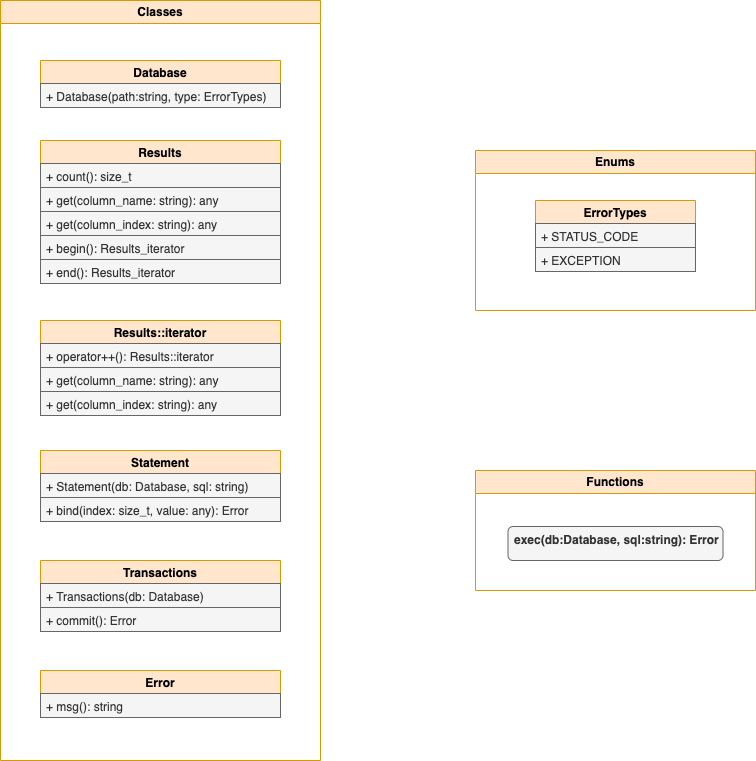
This is architecture/demo.drawio.png from abdulla-ashurov/sqlite-wrapper-cpp, a draw.io export, as it was before one commit. Source tidied: cells renumbered, new cells last; positions are measured from the earlier drawing's top-left corner, leaving out a move shared by most shapes.
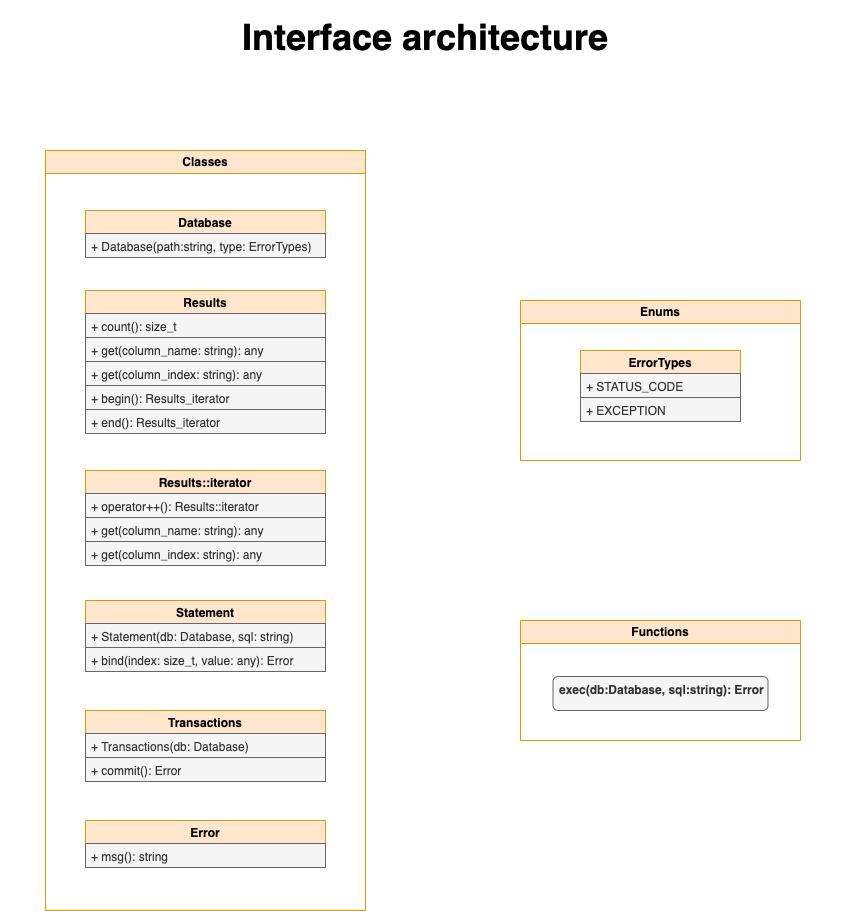
Later version of the same file.

The edit, as a diff of the source:
```diff
@@ -83,5 +83,8 @@
     <mxCell id="28" value="exec(db:Database, sql:string): Error" style="rounded=1;whiteSpace=wrap;html=1;fillColor=#f5f5f5;strokeColor=#666666;fontColor=#333333;fontStyle=1;startSize=23;align=left;verticalAlign=top;gradientColor=none;spacingLeft=4;spacingRight=4;" parent="27" vertex="1">
       <mxGeometry x="32.5" y="56" width="215" height="34" as="geometry" />
     </mxCell>
+    <mxCell id="29" value="&lt;h1&gt;&lt;font style=&quot;font-size: 36px;&quot; color=&quot;#000000&quot;&gt;Interface architecture&lt;/font&gt;&lt;/h1&gt;" style="text;html=1;strokeColor=none;fillColor=none;spacing=5;spacingTop=-20;whiteSpace=wrap;overflow=hidden;rounded=0;align=center;" parent="1" vertex="1">
+      <mxGeometry x="-45" y="-140" width="850" height="60" as="geometry" />
+    </mxCell>
   </root>
 </mxGraphModel>
```
